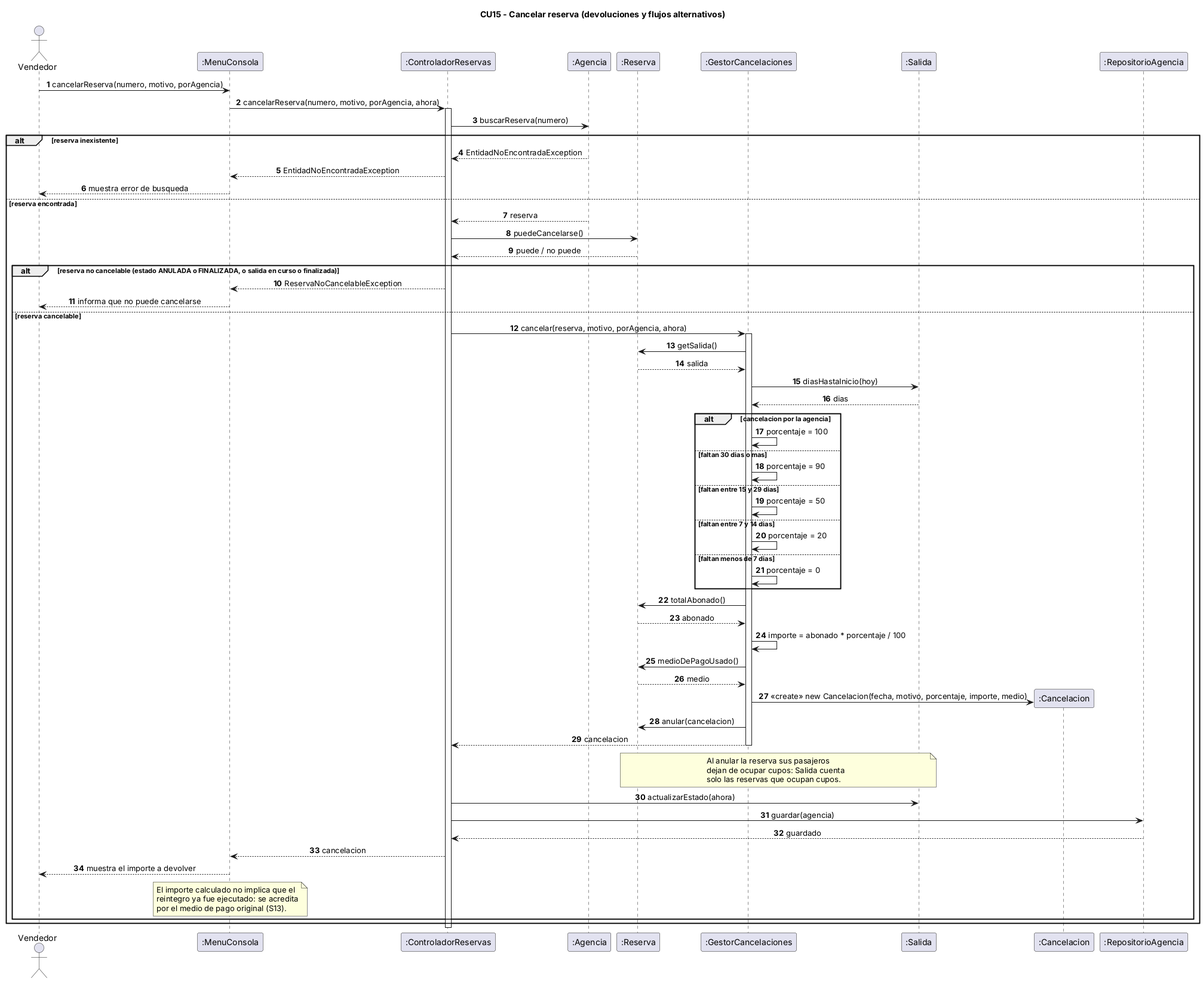
Earlier version of the PlantUML export docs/uml/03-secuencia-cancelar-reserva.png (CarlosDanielOK/Avion).
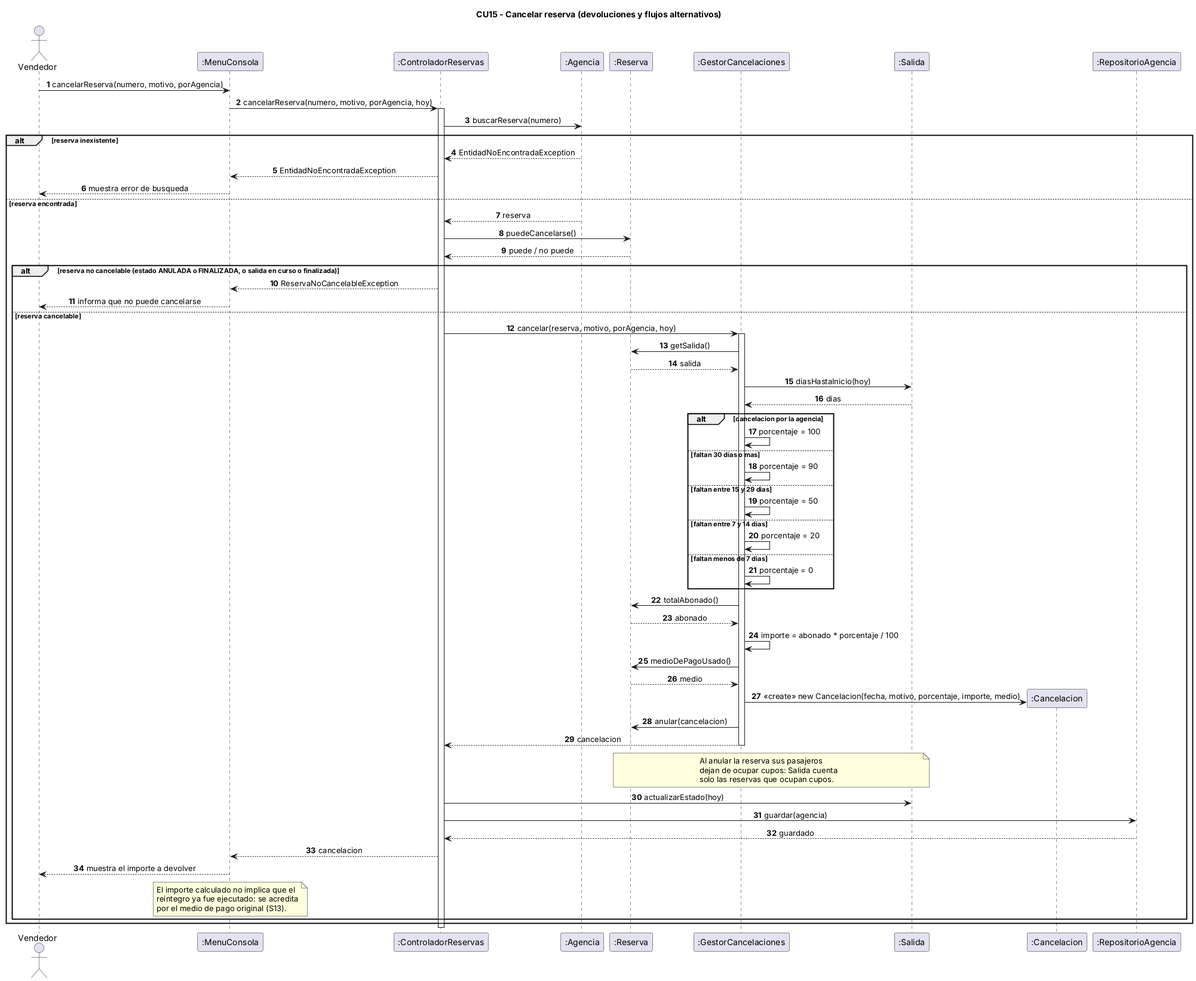
Later version of the same file.

Diff of the diagram source:
```diff
@@ -17,7 +17,7 @@
 participant ":RepositorioAgencia" as REPO
 
 Vendedor -> UI : cancelarReserva(numero, motivo, porAgencia)
-UI -> CTRL : cancelarReserva(numero, motivo, porAgencia, ahora)
+UI -> CTRL : cancelarReserva(numero, motivo, porAgencia, hoy)
 activate CTRL
 
 CTRL -> AGE : buscarReserva(numero)
@@ -37,7 +37,7 @@
     UI --> Vendedor : informa que no puede cancelarse
 
   else reserva cancelable
-    CTRL -> GC : cancelar(reserva, motivo, porAgencia, ahora)
+    CTRL -> GC : cancelar(reserva, motivo, porAgencia, hoy)
     activate GC
 
     GC -> RES : getSalida()
@@ -78,7 +78,7 @@
       solo las reservas que ocupan cupos.
     end note
 
-    CTRL -> SAL : actualizarEstado(ahora)
+    CTRL -> SAL : actualizarEstado(hoy)
     CTRL -> REPO : guardar(agencia)
     REPO --> CTRL : guardado
 
```
